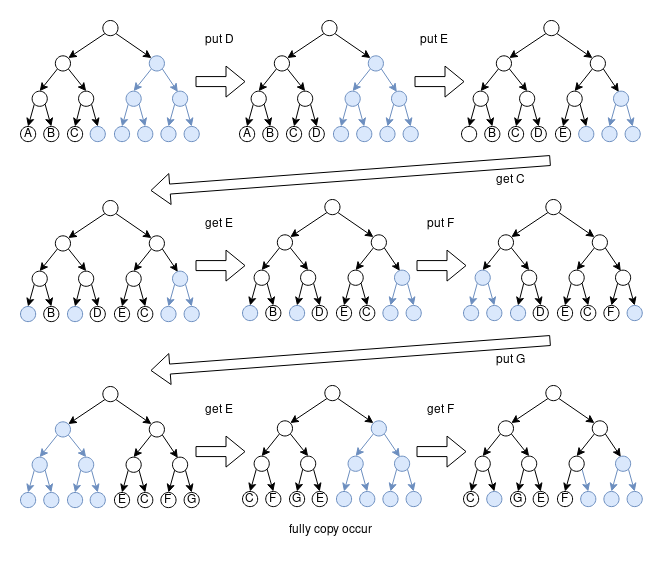
Earlier version of the draw.io export images/順序樹連續變化.png (MROS/ntu-thesis). Source tidied: cells renumbered, new cells last; positions are measured from the earlier drawing's top-left corner, leaving out a move shared by most shapes.
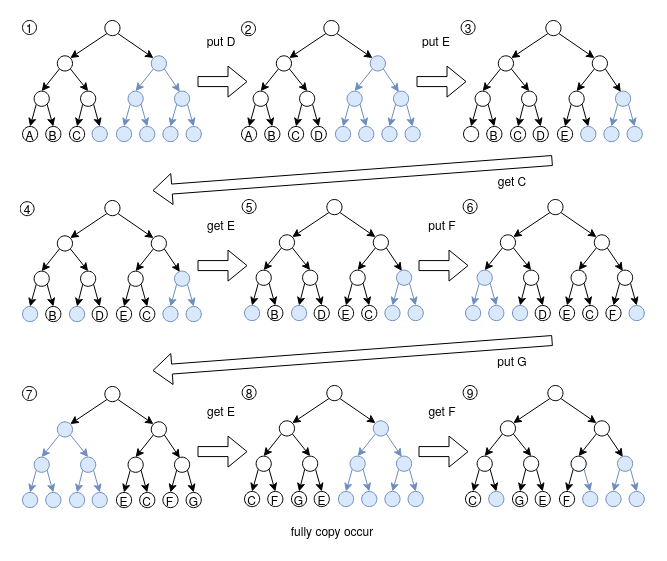
Later version of the same file.

Diff of the diagram source:
```diff
@@ -95,6 +95,9 @@
     <mxCell id="32" style="ellipse;whiteSpace=wrap;html=1;" parent="3" vertex="1">
       <mxGeometry x="82.3" width="15.2" height="15.2" as="geometry" />
     </mxCell>
+    <mxCell id="306" value="1" style="ellipse;whiteSpace=wrap;html=1;shadow=0;" parent="3" vertex="1">
+      <mxGeometry width="14" height="14" as="geometry" />
+    </mxCell>
     <mxCell id="33" style="group;" parent="1" vertex="1">
       <mxGeometry x="219" width="180" height="123.2" as="geometry" />
     </mxCell>
@@ -191,6 +194,9 @@
     <mxCell id="64" style="ellipse;whiteSpace=wrap;html=1;" parent="35" vertex="1">
       <mxGeometry x="82.3" width="15.2" height="15.2" as="geometry" />
     </mxCell>
+    <mxCell id="307" value="2" style="ellipse;whiteSpace=wrap;html=1;shadow=0;" parent="35" vertex="1">
+      <mxGeometry y="1.2" width="14" height="14" as="geometry" />
+    </mxCell>
     <mxCell id="65" style="group;" parent="1" vertex="1">
       <mxGeometry x="441" width="180" height="123.2" as="geometry" />
     </mxCell>
@@ -287,6 +293,9 @@
     <mxCell id="96" style="ellipse;whiteSpace=wrap;html=1;" parent="67" vertex="1">
       <mxGeometry x="82.3" width="15.2" height="15.2" as="geometry" />
     </mxCell>
+    <mxCell id="308" value="3" style="ellipse;whiteSpace=wrap;html=1;shadow=0;" parent="67" vertex="1">
+      <mxGeometry x="-2.4" width="14" height="14" as="geometry" />
+    </mxCell>
     <mxCell id="97" value="put D" style="text;html=1;strokeColor=none;fillColor=none;align=center;verticalAlign=middle;whiteSpace=wrap;rounded=0;" parent="1" vertex="1">
       <mxGeometry x="179" y="10" width="40" height="20" as="geometry" />
     </mxCell>
@@ -401,6 +410,9 @@
     <mxCell id="132" style="ellipse;whiteSpace=wrap;html=1;" parent="103" vertex="1">
       <mxGeometry x="82.3" width="15.2" height="15.2" as="geometry" />
     </mxCell>
+    <mxCell id="309" value="4" style="ellipse;whiteSpace=wrap;html=1;shadow=0;" parent="103" vertex="1">
+      <mxGeometry x="-2.4" y="1.2" width="14" height="14" as="geometry" />
+    </mxCell>
     <mxCell id="133" style="shape=flexArrow;endArrow=classic;html=1;" parent="1" edge="1">
       <mxGeometry relative="1" as="geometry">
         <mxPoint x="530" y="140" as="sourcePoint" />
@@ -506,6 +518,9 @@
     <mxCell id="166" style="ellipse;whiteSpace=wrap;html=1;" parent="137" vertex="1">
       <mxGeometry x="82.3" width="15.2" height="15.2" as="geometry" />
     </mxCell>
+    <mxCell id="310" value="5" style="ellipse;whiteSpace=wrap;html=1;shadow=0;" parent="137" vertex="1">
+      <mxGeometry x="-2.4" width="14" height="14" as="geometry" />
+    </mxCell>
     <mxCell id="167" value="get E" style="text;html=1;strokeColor=none;fillColor=none;align=center;verticalAlign=middle;whiteSpace=wrap;rounded=0;" parent="1" vertex="1">
       <mxGeometry x="179" y="194" width="40" height="20" as="geometry" />
     </mxCell>
@@ -611,6 +626,9 @@
     <mxCell id="200" style="ellipse;whiteSpace=wrap;html=1;" parent="171" vertex="1">
       <mxGeometry x="82.3" width="15.2" height="15.2" as="geometry" />
     </mxCell>
+    <mxCell id="311" value="6" style="ellipse;whiteSpace=wrap;html=1;shadow=0;" parent="171" vertex="1">
+      <mxGeometry x="-2.4" width="14" height="14" as="geometry" />
+    </mxCell>
     <mxCell id="201" value="put F" style="text;html=1;strokeColor=none;fillColor=none;align=center;verticalAlign=middle;whiteSpace=wrap;rounded=0;" parent="1" vertex="1">
       <mxGeometry x="400" y="194" width="40" height="20" as="geometry" />
     </mxCell>
@@ -725,6 +743,9 @@
     <mxCell id="236" style="ellipse;whiteSpace=wrap;html=1;" parent="207" vertex="1">
       <mxGeometry x="82.3" width="15.2" height="15.2" as="geometry" />
     </mxCell>
+    <mxCell id="312" value="7" style="ellipse;whiteSpace=wrap;html=1;shadow=0;" parent="207" vertex="1">
+      <mxGeometry width="14" height="14" as="geometry" />
+    </mxCell>
     <mxCell id="237" style="group;" parent="1" vertex="1">
       <mxGeometry x="222" y="365" width="180" height="123.2" as="geometry" />
     </mxCell>
@@ -821,6 +842,9 @@
     <mxCell id="268" style="ellipse;whiteSpace=wrap;html=1;" parent="239" vertex="1">
       <mxGeometry x="82.3" width="15.2" height="15.2" as="geometry" />
     </mxCell>
+    <mxCell id="313" value="8" style="ellipse;whiteSpace=wrap;html=1;shadow=0;" parent="239" vertex="1">
+      <mxGeometry x="-2.4" width="14" height="14" as="geometry" />
+    </mxCell>
     <mxCell id="269" value="get E" style="text;html=1;strokeColor=none;fillColor=none;align=center;verticalAlign=middle;whiteSpace=wrap;rounded=0;" parent="1" vertex="1">
       <mxGeometry x="179" y="380" width="40" height="20" as="geometry" />
     </mxCell>
@@ -926,6 +950,9 @@
     <mxCell id="302" style="ellipse;whiteSpace=wrap;html=1;" parent="273" vertex="1">
       <mxGeometry x="82.3" width="15.2" height="15.2" as="geometry" />
     </mxCell>
+    <mxCell id="314" value="9" style="ellipse;whiteSpace=wrap;html=1;shadow=0;" parent="273" vertex="1">
+      <mxGeometry x="-2.4" width="14" height="14" as="geometry" />
+    </mxCell>
     <mxCell id="303" value="get F" style="text;html=1;strokeColor=none;fillColor=none;align=center;verticalAlign=middle;whiteSpace=wrap;rounded=0;" parent="1" vertex="1">
       <mxGeometry x="400" y="380" width="40" height="20" as="geometry" />
     </mxCell>
```
